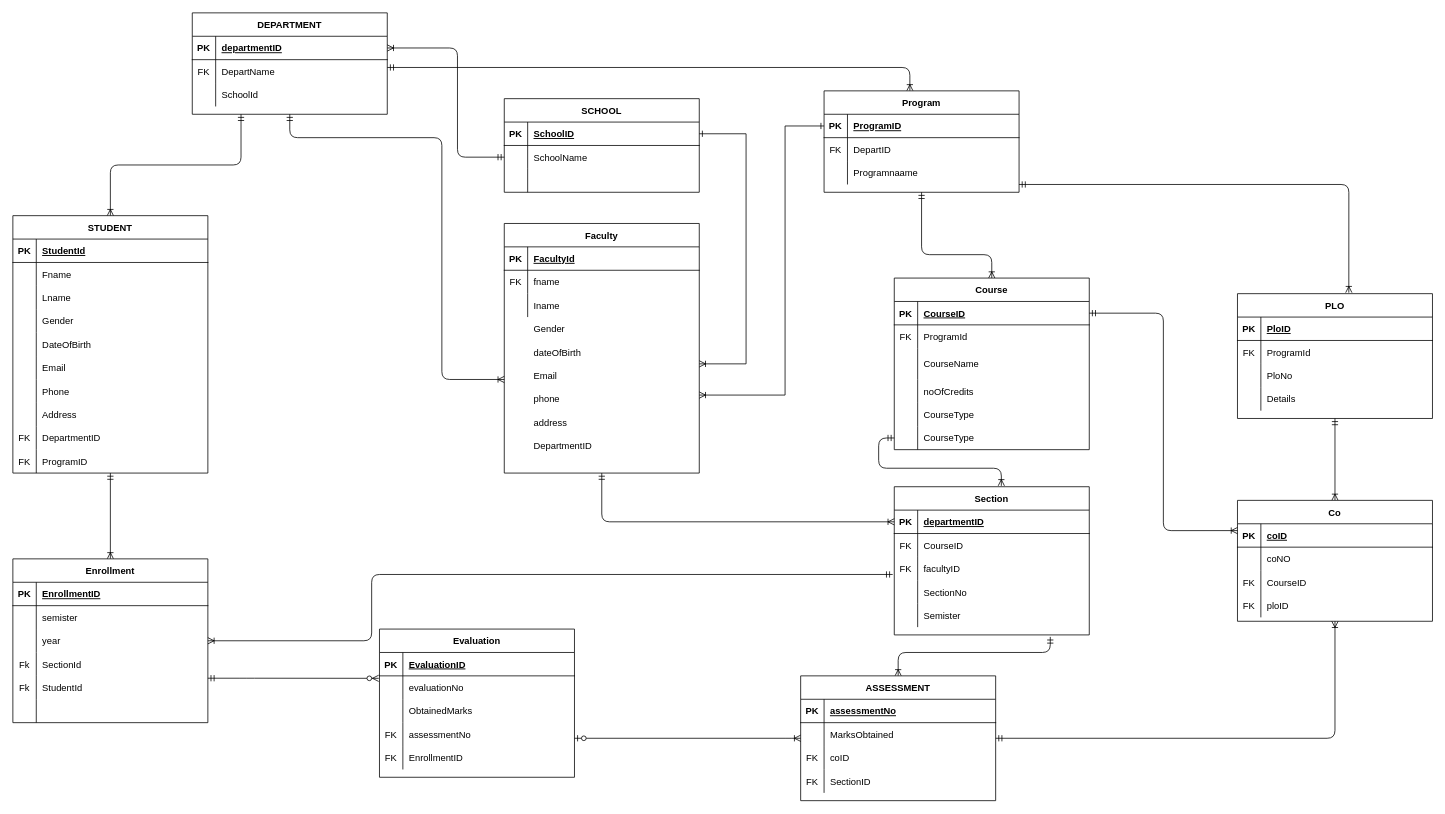
The draw.io diagram Report work/Temp Resources/Source/ERD v1.drawio in saditahmid/SPM_Advanced, before the edit. Source tidied: cells renumbered, new cells numbered last; positions are measured from the earlier drawing's top-left corner, leaving out a move shared by most shapes. Both pictures are drawn from the tidied source at 78%, with x=0, y=0 at pixel (12, 12).
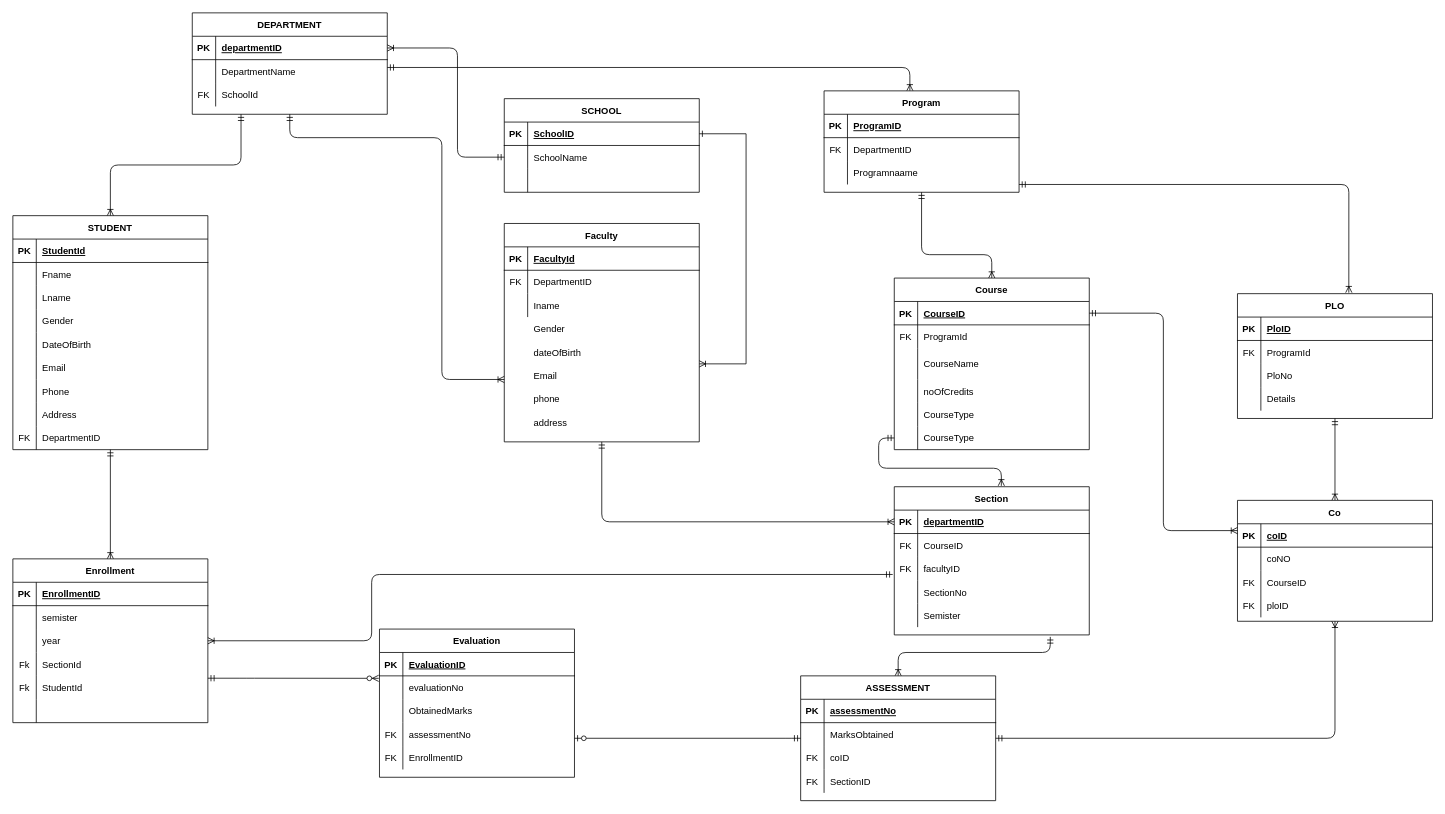
The same page after the edit.

The change refers to these unchanged cells:
```xml
<mxCell id="18" style="shape=partialRectangle;fillColor=none;top=0;left=0;right=0;bottom=0;" parent="14" vertex="1">
  <mxGeometry y="60" width="250" height="30" as="geometry" />
</mxCell>
<mxCell id="41" style="shape=partialRectangle;fillColor=none;points=[[0,0.5],[1,0.5]];portConstraint=eastwest;top=0;left=0;right=0;bottom=1;" parent="40" vertex="1">
  <mxGeometry y="30" width="250" height="30" as="geometry" />
</mxCell>
<mxCell id="44" style="shape=partialRectangle;fillColor=none;top=0;left=0;right=0;bottom=0;" parent="40" vertex="1">
  <mxGeometry y="60" width="250" height="30" as="geometry" />
</mxCell>
<mxCell id="90" style="shape=partialRectangle;fillColor=none;top=0;left=0;right=0;bottom=0;" parent="86" vertex="1">
  <mxGeometry y="60" width="250" height="30" as="geometry" />
</mxCell>
<mxCell id="93" style="shape=partialRectangle;fillColor=none;top=0;left=0;right=0;bottom=0;" parent="86" vertex="1">
  <mxGeometry y="90" width="250" height="30" as="geometry" />
</mxCell>
<mxCell id="96" value="Evaluation" style="shape=table;startSize=30;childLayout=tableLayout;rowLines=0;fontStyle=1;align=center;" parent="1" vertex="1">
  <mxGeometry x="470" y="790" width="250" height="190" as="geometry" />
</mxCell>
<mxCell id="156" value="ASSESSMENT" style="shape=table;startSize=30;childLayout=tableLayout;rowLines=0;fontStyle=1;align=center;" parent="1" vertex="1">
  <mxGeometry x="1010" y="850" width="250" height="160" as="geometry" />
</mxCell>
```

Change to the diagram source:
```diff
@@
     <mxCell id="14" value="Faculty" style="shape=table;startSize=30;childLayout=tableLayout;rowLines=0;fontStyle=1;align=center;" parent="1" vertex="1">
-      <mxGeometry x="630" y="270" width="250" height="320" as="geometry" />
+      <mxGeometry x="630" y="270" width="250" height="280" as="geometry" />
     </mxCell>
@@
-    <mxCell id="20" value="fname" style="shape=partialRectangle;overflow=hidden;fillColor=none;top=0;left=0;bottom=0;right=0;align=left;spacingLeft=6;" parent="18" vertex="1">
+    <mxCell id="20" value="DepartmentID" style="shape=partialRectangle;overflow=hidden;fillColor=none;top=0;left=0;bottom=0;right=0;align=left;spacingLeft=6;" parent="18" vertex="1">
       <mxGeometry x="30" width="220" height="30" as="geometry" />
     </mxCell>
@@
-    <mxCell id="30" value="DepartmentID" style="shape=partialRectangle;overflow=hidden;fillColor=none;top=0;left=0;bottom=0;right=0;align=left;spacingLeft=6;" parent="1" vertex="1">
-      <mxGeometry x="660" y="540" width="220" height="30" as="geometry" />
-    </mxCell>
@@
-    <mxCell id="36" style="edgeStyle=orthogonalEdgeStyle;rounded=1;jettySize=auto;html=1;startArrow=ERzeroToOne;startFill=1;endArrow=ERoneToMany;endFill=0;entryX=0;entryY=0.5;entryDx=0;entryDy=0;" parent="1" edge="1" source="96" target="156">
+    <mxCell id="36" style="edgeStyle=orthogonalEdgeStyle;rounded=1;jettySize=auto;html=1;startArrow=ERzeroToOne;startFill=1;endArrow=ERmandOne;endFill=0;entryX=0;entryY=0.5;entryDx=0;entryDy=0;" parent="1" edge="1" source="96" target="156">
       <mxGeometry relative="1" as="geometry">
         <Array as="points">
           <mxPoint x="1000" y="930" />
         </Array>
       </mxGeometry>
     </mxCell>
@@
-    <mxCell id="46" value="DepartID" style="shape=partialRectangle;overflow=hidden;fillColor=none;top=0;left=0;bottom=0;right=0;align=left;spacingLeft=6;" parent="44" vertex="1">
+    <mxCell id="46" value="DepartmentID" style="shape=partialRectangle;overflow=hidden;fillColor=none;top=0;left=0;bottom=0;right=0;align=left;spacingLeft=6;" parent="44" vertex="1">
       <mxGeometry x="30" width="220" height="30" as="geometry" />
     </mxCell>
@@
-    <mxCell id="91" value="FK" style="shape=partialRectangle;overflow=hidden;fillColor=none;top=0;left=0;bottom=0;right=0;" parent="90" vertex="1">
+    <mxCell id="91" style="shape=partialRectangle;overflow=hidden;fillColor=none;top=0;left=0;bottom=0;right=0;" parent="90" vertex="1">
       <mxGeometry width="30" height="30" as="geometry" />
     </mxCell>
-    <mxCell id="92" value="DepartName" style="shape=partialRectangle;overflow=hidden;fillColor=none;top=0;left=0;bottom=0;right=0;align=left;spacingLeft=6;" parent="90" vertex="1">
+    <mxCell id="92" value="DepartmentName" style="shape=partialRectangle;overflow=hidden;fillColor=none;top=0;left=0;bottom=0;right=0;align=left;spacingLeft=6;" parent="90" vertex="1">
       <mxGeometry x="30" width="220" height="30" as="geometry" />
     </mxCell>
@@
-    <mxCell id="94" style="shape=partialRectangle;overflow=hidden;fillColor=none;top=0;left=0;bottom=0;right=0;" parent="93" vertex="1">
+    <mxCell id="94" value="FK" style="shape=partialRectangle;overflow=hidden;fillColor=none;top=0;left=0;bottom=0;right=0;" parent="93" vertex="1">
       <mxGeometry width="30" height="30" as="geometry" />
     </mxCell>
@@
     <mxCell id="112" value="STUDENT" style="shape=table;startSize=30;childLayout=tableLayout;rowLines=0;fontStyle=1;align=center;" parent="1" vertex="1">
-      <mxGeometry y="260" width="250" height="330" as="geometry" />
+      <mxGeometry y="260" width="250" height="300" as="geometry" />
     </mxCell>
@@
-    <mxCell id="140" style="shape=partialRectangle;fillColor=none;top=0;left=0;right=0;bottom=0;" parent="112" vertex="1">
-      <mxGeometry y="300" width="250" height="30" as="geometry" />
-    </mxCell>
-    <mxCell id="141" value="FK" style="shape=partialRectangle;overflow=hidden;fillColor=none;top=0;left=0;bottom=0;right=0;" parent="140" vertex="1">
-      <mxGeometry width="30" height="30" as="geometry" />
-    </mxCell>
-    <mxCell id="142" value="ProgramID" style="shape=partialRectangle;overflow=hidden;fillColor=none;top=0;left=0;bottom=0;right=0;align=left;spacingLeft=6;" parent="140" vertex="1">
-      <mxGeometry x="30" width="220" height="30" as="geometry" />
-    </mxCell>
@@
-    <mxCell id="205" style="edgeStyle=orthogonalEdgeStyle;rounded=0;jettySize=auto;html=1;startArrow=ERone;startFill=0;endArrow=ERoneToMany;endFill=0;" parent="1" edge="1" source="41">
-      <mxGeometry relative="1" as="geometry">
-        <mxPoint x="880" y="490" as="targetPoint" />
-        <Array as="points">
-          <mxPoint x="990" y="145" />
-          <mxPoint x="990" y="490" />
-        </Array>
-      </mxGeometry>
-    </mxCell>
```
